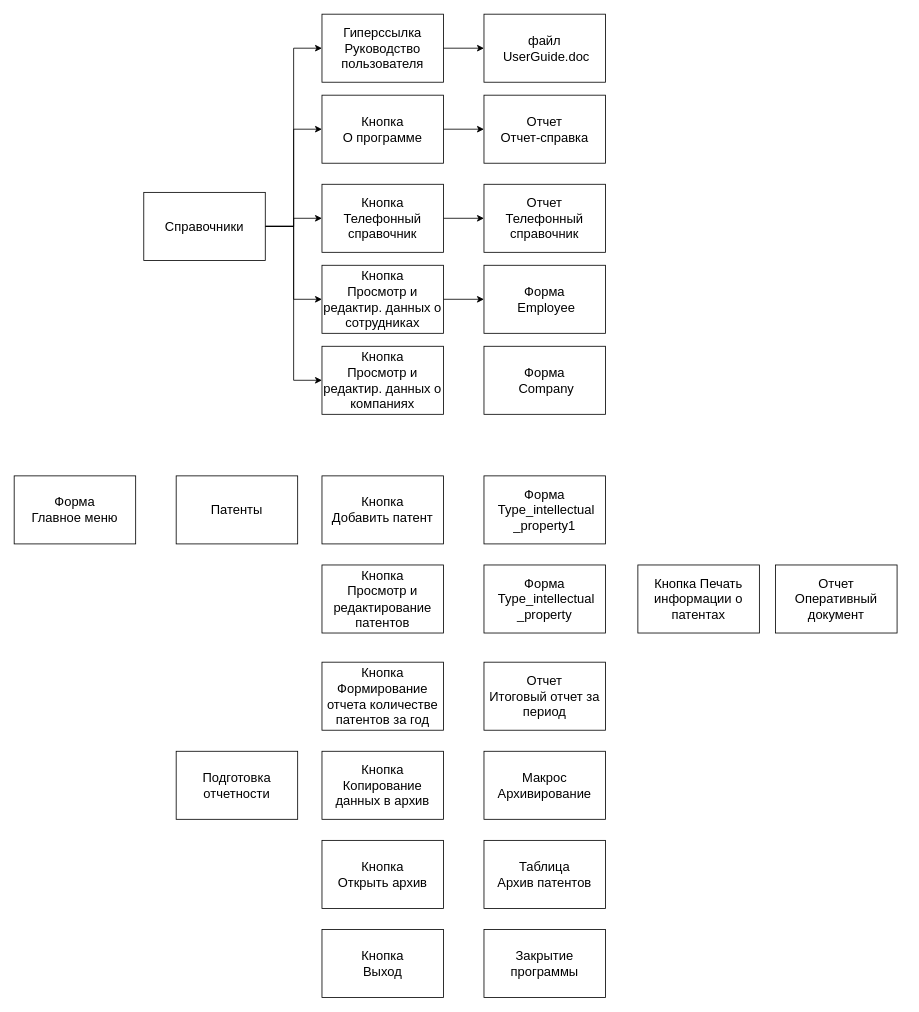
Before: BD_lav2-2_2.drawio in lexa-pnz/BD_Scheme, a draw.io diagram. Source tidied: cells renumbered, new cells numbered last; positions are measured from the earlier drawing's top-left corner, leaving out a move shared by most shapes. Both pictures are drawn from the tidied source at 81%, with x=0, y=0 at pixel (14, 14).
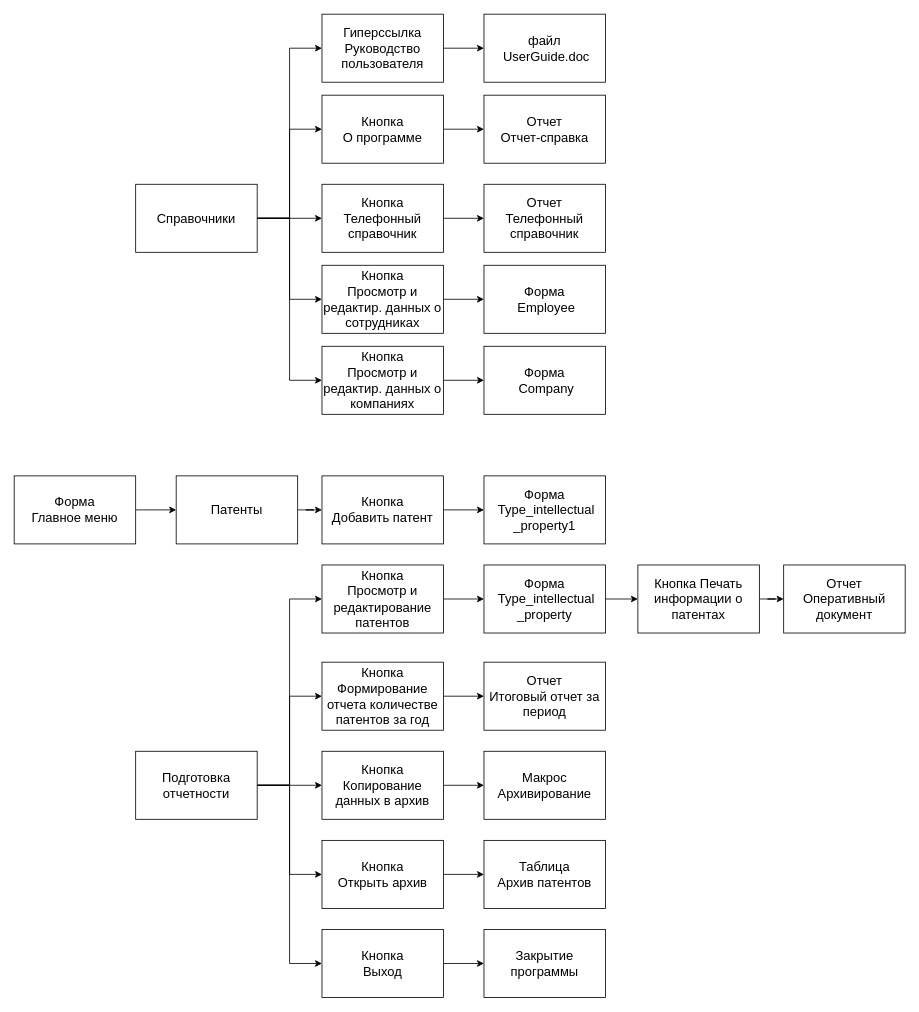
The same diagram, later.

Unchanged cells that the change refers to:
```xml
<mxCell id="2" value="&lt;font style=&quot;font-size: 16px&quot;&gt;Форма &lt;br&gt;Главное меню&lt;/font&gt;" style="rounded=0;whiteSpace=wrap;html=1;" parent="1" vertex="1">
  <mxGeometry y="570" width="150" height="84" as="geometry" />
</mxCell>
<mxCell id="3" value="&lt;font style=&quot;font-size: 16px&quot;&gt;Кнопка &lt;br&gt;Выход&lt;/font&gt;" style="rounded=0;whiteSpace=wrap;html=1;" parent="1" vertex="1">
  <mxGeometry x="380" y="1130" width="150" height="84" as="geometry" />
</mxCell>
<mxCell id="4" value="&lt;font style=&quot;font-size: 16px&quot;&gt;Закрытие программы&lt;/font&gt;" style="rounded=0;whiteSpace=wrap;html=1;" parent="1" vertex="1">
  <mxGeometry x="580" y="1130" width="150" height="84" as="geometry" />
</mxCell>
<mxCell id="11" value="&lt;font style=&quot;font-size: 16px&quot;&gt;Патенты&lt;/font&gt;" style="rounded=0;whiteSpace=wrap;html=1;" parent="1" vertex="1">
  <mxGeometry x="200" y="570" width="150" height="84" as="geometry" />
</mxCell>
<mxCell id="13" value="&lt;font style=&quot;font-size: 16px&quot;&gt;Кнопка Формирование отчета количестве патентов за год&lt;/font&gt;" style="rounded=0;whiteSpace=wrap;html=1;" parent="1" vertex="1">
  <mxGeometry x="380" y="800" width="150" height="84" as="geometry" />
</mxCell>
<mxCell id="14" value="&lt;font style=&quot;font-size: 16px&quot;&gt;Отчет &lt;br&gt;Итоговый отчет за период&lt;/font&gt;" style="rounded=0;whiteSpace=wrap;html=1;" parent="1" vertex="1">
  <mxGeometry x="580" y="800" width="150" height="84" as="geometry" />
</mxCell>
<mxCell id="15" value="&lt;font style=&quot;font-size: 16px&quot;&gt;Кнопка Копирование данных в архив&lt;/font&gt;" style="rounded=0;whiteSpace=wrap;html=1;" parent="1" vertex="1">
  <mxGeometry x="380" y="910" width="150" height="84" as="geometry" />
</mxCell>
<mxCell id="16" value="&lt;font style=&quot;font-size: 16px&quot;&gt;Макрос Архивирование&lt;/font&gt;" style="rounded=0;whiteSpace=wrap;html=1;" parent="1" vertex="1">
  <mxGeometry x="580" y="910" width="150" height="84" as="geometry" />
</mxCell>
<mxCell id="17" value="&lt;font style=&quot;font-size: 16px&quot;&gt;Кнопка &lt;br&gt;Открыть архив&lt;/font&gt;" style="rounded=0;whiteSpace=wrap;html=1;" parent="1" vertex="1">
  <mxGeometry x="380" y="1020" width="150" height="84" as="geometry" />
</mxCell>
<mxCell id="18" value="&lt;font style=&quot;font-size: 16px&quot;&gt;Таблица &lt;br&gt;Архив патентов&lt;/font&gt;" style="rounded=0;whiteSpace=wrap;html=1;" parent="1" vertex="1">
  <mxGeometry x="580" y="1020" width="150" height="84" as="geometry" />
</mxCell>
<mxCell id="31" value="&lt;span style=&quot;font-size: 16px&quot;&gt;Кнопка&lt;/span&gt;&lt;br style=&quot;font-size: 16px&quot;&gt;&lt;span style=&quot;font-size: 16px&quot;&gt;Просмотр и редактир. данных о компаниях&lt;/span&gt;" style="rounded=0;whiteSpace=wrap;html=1;" parent="1" vertex="1">
  <mxGeometry x="380" y="410" width="150" height="84" as="geometry" />
</mxCell>
<mxCell id="32" value="&lt;span style=&quot;font-size: 16px&quot;&gt;Форма&lt;br&gt;&amp;nbsp;Company&lt;/span&gt;" style="rounded=0;whiteSpace=wrap;html=1;" parent="1" vertex="1">
  <mxGeometry x="580" y="410" width="150" height="84" as="geometry" />
</mxCell>
<mxCell id="33" value="&lt;span style=&quot;font-size: 16px&quot;&gt;Кнопка &lt;br&gt;Добавить патент&lt;/span&gt;" style="rounded=0;whiteSpace=wrap;html=1;" parent="1" vertex="1">
  <mxGeometry x="380" y="570" width="150" height="84" as="geometry" />
</mxCell>
<mxCell id="34" value="&lt;span style=&quot;font-size: 16px&quot;&gt;Форма&lt;br&gt;&amp;nbsp;Type_intellectual _property1&lt;/span&gt;" style="rounded=0;whiteSpace=wrap;html=1;" parent="1" vertex="1">
  <mxGeometry x="580" y="570" width="150" height="84" as="geometry" />
</mxCell>
<mxCell id="35" value="&lt;span style=&quot;font-size: 16px&quot;&gt;Кнопка &lt;br&gt;Просмотр и редактирование патентов&lt;br&gt;&lt;/span&gt;" style="rounded=0;whiteSpace=wrap;html=1;" parent="1" vertex="1">
  <mxGeometry x="380" y="680" width="150" height="84" as="geometry" />
</mxCell>
<mxCell id="36" value="&lt;span style=&quot;font-size: 16px&quot;&gt;Форма&lt;br&gt;&amp;nbsp;Type_intellectual _property&lt;/span&gt;" style="rounded=0;whiteSpace=wrap;html=1;" parent="1" vertex="1">
  <mxGeometry x="580" y="680" width="150" height="84" as="geometry" />
</mxCell>
<mxCell id="37" value="&lt;span style=&quot;font-size: 16px&quot;&gt;Кнопка Печать информации о патентах&lt;/span&gt;" style="rounded=0;whiteSpace=wrap;html=1;" parent="1" vertex="1">
  <mxGeometry x="770" y="680" width="150" height="84" as="geometry" />
</mxCell>
```

Change to the diagram source:
```diff
@@
+    <mxCell id="39" style="edgeStyle=orthogonalEdgeStyle;rounded=0;jettySize=auto;html=1;entryX=0;entryY=0.5;entryDx=0;entryDy=0;" parent="1" edge="1" source="2" target="11">
+      <mxGeometry relative="1" as="geometry" />
+    </mxCell>
@@
+    <mxCell id="40" style="edgeStyle=orthogonalEdgeStyle;rounded=0;jettySize=auto;html=1;entryX=0;entryY=0.5;entryDx=0;entryDy=0;" parent="1" edge="1" source="3" target="4">
+      <mxGeometry relative="1" as="geometry" />
+    </mxCell>
@@
     <mxCell id="10" value="&lt;font style=&quot;font-size: 16px&quot;&gt;Справочники&lt;/font&gt;" style="rounded=0;whiteSpace=wrap;html=1;" parent="1" vertex="1">
-      <mxGeometry x="160" y="220" width="150" height="84" as="geometry" />
+      <mxGeometry x="150" y="210" width="150" height="84" as="geometry" />
     </mxCell>
+    <mxCell id="41" style="edgeStyle=orthogonalEdgeStyle;rounded=0;jettySize=auto;html=1;entryX=0;entryY=0.5;entryDx=0;entryDy=0;" parent="1" edge="1" source="11" target="33">
+      <mxGeometry relative="1" as="geometry" />
+    </mxCell>
@@
+    <mxCell id="42" style="edgeStyle=orthogonalEdgeStyle;rounded=0;jettySize=auto;html=1;entryX=0;entryY=0.5;entryDx=0;entryDy=0;" parent="1" edge="1" source="12" target="3">
+      <mxGeometry relative="1" as="geometry" />
+    </mxCell>
+    <mxCell id="43" style="edgeStyle=orthogonalEdgeStyle;rounded=0;jettySize=auto;html=1;entryX=0;entryY=0.5;entryDx=0;entryDy=0;" parent="1" edge="1" source="12" target="17">
+      <mxGeometry relative="1" as="geometry" />
+    </mxCell>
+    <mxCell id="44" style="edgeStyle=orthogonalEdgeStyle;rounded=0;jettySize=auto;html=1;entryX=0;entryY=0.5;entryDx=0;entryDy=0;" parent="1" edge="1" source="12" target="15">
+      <mxGeometry relative="1" as="geometry" />
+    </mxCell>
+    <mxCell id="45" style="edgeStyle=orthogonalEdgeStyle;rounded=0;jettySize=auto;html=1;entryX=0;entryY=0.5;entryDx=0;entryDy=0;" parent="1" edge="1" source="12" target="13">
+      <mxGeometry relative="1" as="geometry" />
+    </mxCell>
+    <mxCell id="46" style="edgeStyle=orthogonalEdgeStyle;rounded=0;jettySize=auto;html=1;entryX=0;entryY=0.5;entryDx=0;entryDy=0;" parent="1" edge="1" source="12" target="35">
+      <mxGeometry relative="1" as="geometry" />
+    </mxCell>
     <mxCell id="12" value="&lt;font style=&quot;font-size: 16px&quot;&gt;Подготовка отчетности&lt;/font&gt;" style="rounded=0;whiteSpace=wrap;html=1;" parent="1" vertex="1">
-      <mxGeometry x="200" y="910" width="150" height="84" as="geometry" />
+      <mxGeometry x="150" y="910" width="150" height="84" as="geometry" />
     </mxCell>
+    <mxCell id="47" style="edgeStyle=orthogonalEdgeStyle;rounded=0;jettySize=auto;html=1;entryX=0;entryY=0.5;entryDx=0;entryDy=0;" parent="1" edge="1" source="13" target="14">
+      <mxGeometry relative="1" as="geometry" />
+    </mxCell>
@@
+    <mxCell id="48" style="edgeStyle=orthogonalEdgeStyle;rounded=0;jettySize=auto;html=1;entryX=0;entryY=0.5;entryDx=0;entryDy=0;" parent="1" edge="1" source="15" target="16">
+      <mxGeometry relative="1" as="geometry" />
+    </mxCell>
@@
+    <mxCell id="49" style="edgeStyle=orthogonalEdgeStyle;rounded=0;jettySize=auto;html=1;" parent="1" edge="1" source="17" target="18">
+      <mxGeometry relative="1" as="geometry" />
+    </mxCell>
@@
+    <mxCell id="50" style="edgeStyle=orthogonalEdgeStyle;rounded=0;jettySize=auto;html=1;entryX=0;entryY=0.5;entryDx=0;entryDy=0;" parent="1" edge="1" source="31" target="32">
+      <mxGeometry relative="1" as="geometry" />
+    </mxCell>
@@
+    <mxCell id="51" style="edgeStyle=orthogonalEdgeStyle;rounded=0;jettySize=auto;html=1;entryX=0;entryY=0.5;entryDx=0;entryDy=0;" parent="1" edge="1" source="33" target="34">
+      <mxGeometry relative="1" as="geometry" />
+    </mxCell>
@@
+    <mxCell id="52" style="edgeStyle=orthogonalEdgeStyle;rounded=0;jettySize=auto;html=1;entryX=0;entryY=0.5;entryDx=0;entryDy=0;" parent="1" edge="1" source="35" target="36">
+      <mxGeometry relative="1" as="geometry" />
+    </mxCell>
@@
+    <mxCell id="53" style="edgeStyle=orthogonalEdgeStyle;rounded=0;jettySize=auto;html=1;entryX=0;entryY=0.5;entryDx=0;entryDy=0;" parent="1" edge="1" source="36" target="37">
+      <mxGeometry relative="1" as="geometry" />
+    </mxCell>
@@
+    <mxCell id="54" style="edgeStyle=orthogonalEdgeStyle;rounded=0;jettySize=auto;html=1;entryX=0;entryY=0.5;entryDx=0;entryDy=0;" parent="1" edge="1" source="37" target="38">
+      <mxGeometry relative="1" as="geometry" />
+    </mxCell>
@@
     <mxCell id="38" value="&lt;span style=&quot;font-size: 16px&quot;&gt;Отчет&lt;br&gt;Оперативный документ&lt;br&gt;&lt;/span&gt;" style="rounded=0;whiteSpace=wrap;html=1;" parent="1" vertex="1">
-      <mxGeometry x="940" y="680" width="150" height="84" as="geometry" />
+      <mxGeometry x="950" y="680" width="150" height="84" as="geometry" />
     </mxCell>
```
